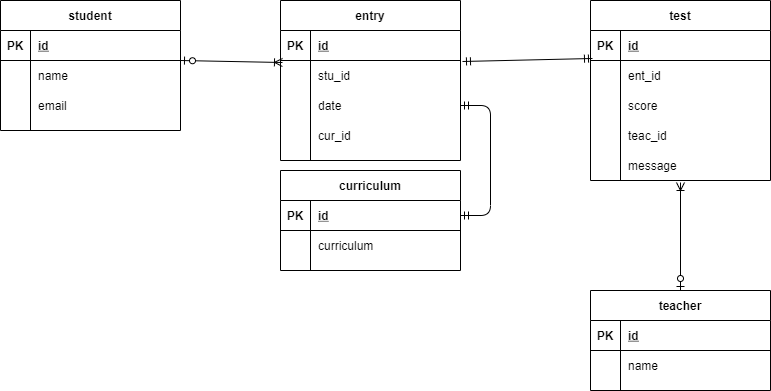
i-system-yaa999/Database_Chapter8_EX keeps this draw.io diagram as index.drawio.png. Above is the earlier version. Source tidied: cells renumbered, new cells last; positions are measured from the earlier drawing's top-left corner, leaving out a move shared by most shapes.
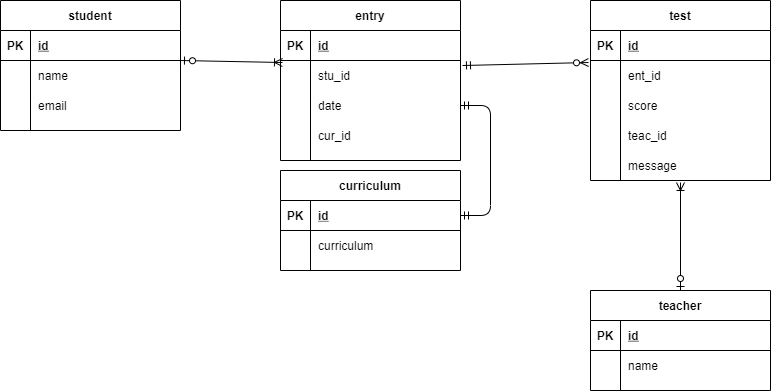
The same diagram one commit later.

Change to the diagram source:
```diff
@@ -172,7 +172,7 @@
     <mxCell id="57" style="edgeStyle=entityRelationEdgeStyle;fontSize=12;html=1;endArrow=ERmandOne;startArrow=ERmandOne;entryX=1;entryY=0.5;entryDx=0;entryDy=0;exitX=1;exitY=0.5;exitDx=0;exitDy=0;" parent="1" edge="1" source="49" target="35">
       <mxGeometry relative="1" as="geometry" />
     </mxCell>
-    <mxCell id="58" style="fontSize=12;html=1;endArrow=ERmandOne;startArrow=ERmandOne;entryX=0.011;entryY=-0.067;entryDx=0;entryDy=0;entryPerimeter=0;exitX=1.011;exitY=0.033;exitDx=0;exitDy=0;exitPerimeter=0;" parent="1" edge="1" source="32" target="16">
+    <mxCell id="58" style="fontSize=12;html=1;endArrow=ERzeroToMany;startArrow=ERmandOne;entryX=-0.011;entryY=0.067;entryDx=0;entryDy=0;entryPerimeter=0;exitX=1.011;exitY=0.167;exitDx=0;exitDy=0;exitPerimeter=0;" parent="1" edge="1" source="32" target="16">
       <mxGeometry relative="1" as="geometry" />
     </mxCell>
   </root>
```
